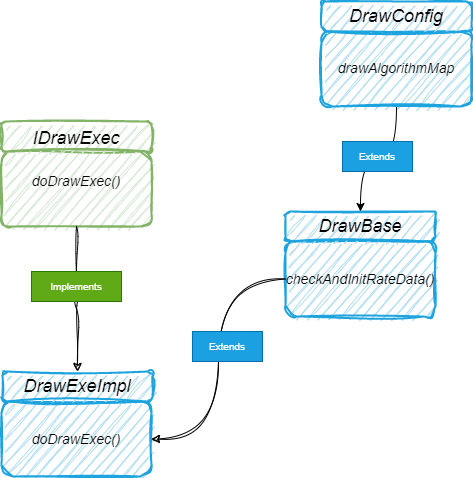
Earlier version of the draw.io export Lottery/抽奖策略包装.drawio.png (youjizi/images). Source tidied: cells renumbered, new cells last; positions are measured from the earlier drawing's top-left corner, leaving out a move shared by most shapes.
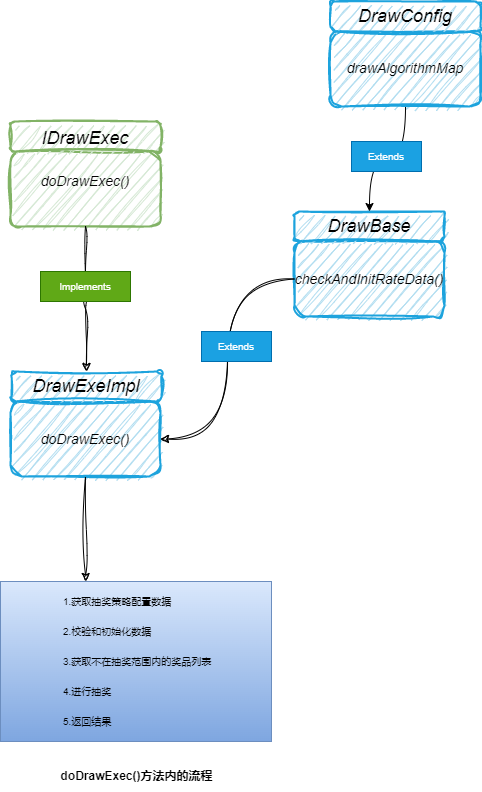
The same diagram one commit later.

Commit message:
更新抽奖策略包装.drawio.png

What changed in the source:
```diff
@@ -56,5 +56,40 @@
     <mxCell id="19" value="Extends" style="text;align=center;verticalAlign=middle;strokeColor=#006EAF;fillColor=#1ba1e2;fontColor=#ffffff;fontSize=10;" parent="1" vertex="1">
       <mxGeometry x="191" y="330" width="70" height="30" as="geometry" />
     </mxCell>
+    <mxCell id="20" style="group;" parent="1" vertex="1">
+      <mxGeometry x="-10" y="580" width="271" height="160" as="geometry" />
+    </mxCell>
+    <mxCell id="21" style="verticalLabelPosition=bottom;verticalAlign=top;html=1;shape=mxgraph.basic.rect;fillColor2=none;strokeWidth=1;size=20;indent=5;fillColor=#dae8fc;gradientColor=#7ea6e0;strokeColor=#6c8ebf;" parent="20" vertex="1">
+      <mxGeometry width="271" height="160" as="geometry" />
+    </mxCell>
+    <mxCell id="22" style="group;" parent="20" vertex="1">
+      <mxGeometry x="61" y="5" width="200" height="150" as="geometry" />
+    </mxCell>
+    <mxCell id="23" value="1.获取抽奖策略配置数据" style="text;align=left;verticalAlign=middle;strokeColor=none;fillColor=none;fontSize=10;fontColor=#000000;" parent="22" vertex="1">
+      <mxGeometry width="150" height="30" as="geometry" />
+    </mxCell>
+    <mxCell id="24" value="2.校验和初始化数据" style="text;align=left;verticalAlign=middle;strokeColor=none;fillColor=none;fontSize=10;fontColor=#000000;" parent="22" vertex="1">
+      <mxGeometry y="30" width="130" height="30" as="geometry" />
+    </mxCell>
+    <mxCell id="25" value="3.获取不在抽奖范围内的奖品列表" style="text;align=left;verticalAlign=middle;strokeColor=none;fillColor=none;fontSize=10;fontColor=#000000;" parent="22" vertex="1">
+      <mxGeometry y="60" width="200" height="30" as="geometry" />
+    </mxCell>
+    <mxCell id="26" value="4.进行抽奖" style="text;align=left;verticalAlign=middle;strokeColor=none;fillColor=none;fontSize=10;fontColor=#000000;" parent="22" vertex="1">
+      <mxGeometry y="90" width="80" height="30" as="geometry" />
+    </mxCell>
+    <mxCell id="27" value="5.返回结果" style="text;align=left;verticalAlign=middle;strokeColor=none;fillColor=none;fontSize=10;fontColor=#000000;" parent="22" vertex="1">
+      <mxGeometry y="120" width="80" height="30" as="geometry" />
+    </mxCell>
+    <mxCell id="28" style="edgeStyle=orthogonalEdgeStyle;jettySize=auto;html=1;entryX=0.314;entryY=0;entryDx=0;entryDy=0;entryPerimeter=0;sketch=1;curveFitting=1;jiggle=2;curved=1;" parent="1" edge="1" source="12" target="21">
+      <mxGeometry relative="1" as="geometry">
+        <Array as="points">
+          <mxPoint x="75" y="540" />
+          <mxPoint x="75" y="540" />
+        </Array>
+      </mxGeometry>
+    </mxCell>
+    <mxCell id="29" value="doDrawExec()方法内的流程" style="text;html=1;align=center;verticalAlign=middle;strokeColor=none;fillColor=none;fontStyle=1;" parent="1" vertex="1">
+      <mxGeometry x="35.5" y="760" width="180" height="30" as="geometry" />
+    </mxCell>
   </root>
 </mxGraphModel>
```
